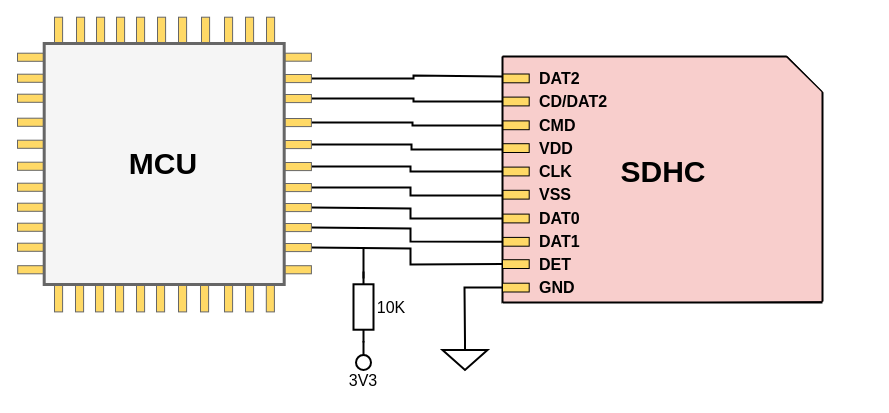
Earlier version of the draw.io diagram diagrams/forward_write/forward_write.drawio (Doly02/thesis). Source tidied: cells renumbered, new cells numbered last; positions are measured from the earlier drawing's top-left corner, leaving out a move shared by most shapes. Both pictures are drawn from the tidied source at 100%, with x=0, y=0 at pixel (17, -80).
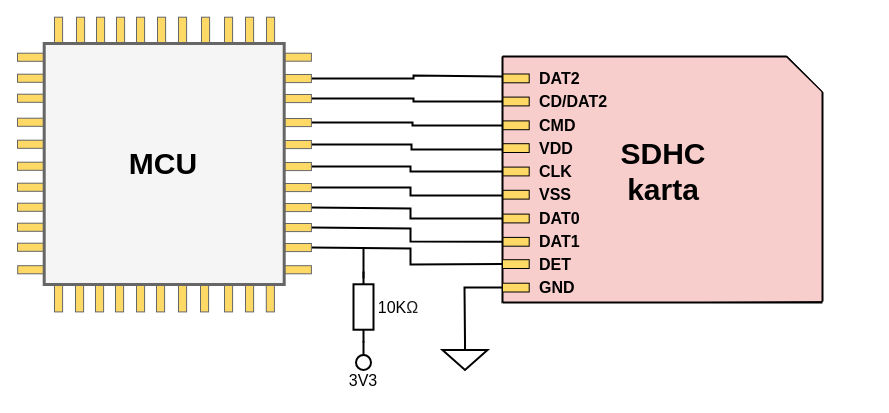
After the change.

Unchanged cells that the change refers to:
```xml
<mxCell id="19" style="group;fillColor=#f8cecc;strokeColor=#b85450;" parent="1" vertex="1">
  <mxGeometry x="485" y="136" width="320" height="247.4" as="geometry" />
</mxCell>
```

The edit, as a diff of the source:
```diff
@@
-    <mxCell id="13" value="&lt;font style=&quot;font-size: 16px;&quot;&gt;10K&lt;/font&gt;" style="text;html=1;align=center;verticalAlign=middle;whiteSpace=wrap;rounded=0;" parent="1" vertex="1">
-      <mxGeometry x="344" y="371.5" width="60" height="30" as="geometry" />
+    <mxCell id="13" value="&lt;font style=&quot;font-size: 16px;&quot;&gt;10K&lt;/font&gt;&lt;span style=&quot;color: rgb(31, 31, 31); font-family: &amp;quot;Google Sans&amp;quot;, Arial, sans-serif; font-size: 16px; text-align: start; background-color: rgb(255, 255, 255);&quot;&gt;Ω&lt;/span&gt;" style="text;html=1;align=center;verticalAlign=middle;whiteSpace=wrap;rounded=0;" parent="1" vertex="1">
+      <mxGeometry x="351" y="371.5" width="60" height="30" as="geometry" />
     </mxCell>
@@
-    <mxCell id="33" value="&lt;font style=&quot;font-size: 30px;&quot;&gt;&lt;b style=&quot;&quot;&gt;SDHC&lt;/b&gt;&lt;/font&gt;" style="text;html=1;align=center;verticalAlign=middle;whiteSpace=wrap;rounded=0;" parent="19" vertex="1">
+    <mxCell id="33" value="&lt;font style=&quot;font-size: 30px;&quot;&gt;&lt;b style=&quot;&quot;&gt;SDHC&lt;/b&gt;&lt;/font&gt;&lt;div&gt;&lt;font style=&quot;font-size: 30px;&quot;&gt;&lt;b style=&quot;&quot;&gt;karta&lt;/b&gt;&lt;/font&gt;&lt;/div&gt;" style="text;html=1;align=center;verticalAlign=middle;whiteSpace=wrap;rounded=0;" parent="19" vertex="1">
       <mxGeometry x="2" y="58.7" width="318" height="112.6" as="geometry" />
     </mxCell>
```
